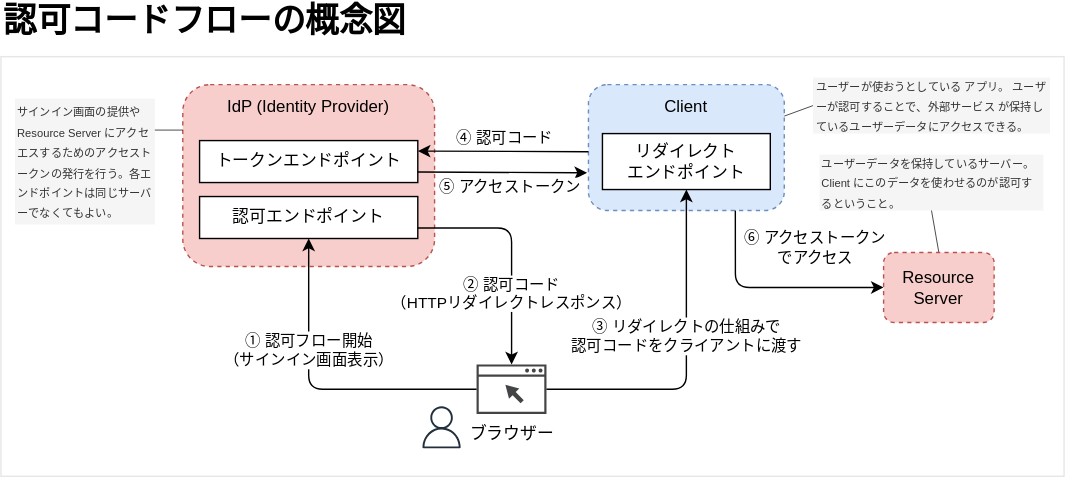
Earlier version of the draw.io export content/tech/oauth-oidc/img-001.drawio.svg (maku77/maku.blog). Source tidied: cells renumbered, new cells last; positions are measured from the earlier drawing's top-left corner, leaving out a move shared by most shapes. Its diagram source:
```xml
<mxGraphModel>
  <root>
    <mxCell id="0" />
    <mxCell id="1" parent="0" />
    <mxCell id="2" style="rounded=0;whiteSpace=wrap;html=1;strokeColor=#E6E6E6;" parent="1" vertex="1">
      <mxGeometry y="40" width="760" height="300" as="geometry" />
    </mxCell>
    <mxCell id="3" value="ブラウザー" style="sketch=0;shadow=0;dashed=0;html=1;strokeColor=none;fillColor=#434445;labelPosition=center;verticalLabelPosition=bottom;verticalAlign=top;align=center;outlineConnect=0;shape=mxgraph.vvd.web_browser;" parent="1" vertex="1">
      <mxGeometry x="340" y="260" width="50" height="35.5" as="geometry" />
    </mxCell>
    <mxCell id="4" value="IdP (Identity Provider)" style="rounded=1;whiteSpace=wrap;html=1;dashed=1;verticalAlign=top;fillColor=#f8cecc;strokeColor=#b85450;spacingTop=2;" parent="1" vertex="1">
      <mxGeometry x="130" y="60" width="180" height="130" as="geometry" />
    </mxCell>
    <mxCell id="5" value="Client" style="rounded=1;whiteSpace=wrap;html=1;dashed=1;verticalAlign=top;fillColor=#dae8fc;strokeColor=#6c8ebf;spacingTop=2;" parent="1" vertex="1">
      <mxGeometry x="420" y="60" width="140" height="90" as="geometry" />
    </mxCell>
    <mxCell id="6" style="sketch=0;fontColor=#232F3E;gradientColor=none;fillColor=#232F3D;strokeColor=none;dashed=0;verticalLabelPosition=bottom;verticalAlign=top;align=center;html=1;fontSize=12;fontStyle=0;shape=mxgraph.aws4.user;" parent="1" vertex="1">
      <mxGeometry x="300" y="290" width="30" height="30" as="geometry" />
    </mxCell>
    <mxCell id="7" value="リダイレクト&lt;div&gt;エンドポイント&lt;/div&gt;" style="rounded=0;whiteSpace=wrap;html=1;" parent="1" vertex="1">
      <mxGeometry x="430" y="95" width="120" height="40" as="geometry" />
    </mxCell>
    <mxCell id="8" value="認可エンドポイント" style="rounded=0;whiteSpace=wrap;html=1;" parent="1" vertex="1">
      <mxGeometry x="142" y="140" width="156" height="30" as="geometry" />
    </mxCell>
    <mxCell id="9" value="トークンエンドポイント" style="rounded=0;whiteSpace=wrap;html=1;" parent="1" vertex="1">
      <mxGeometry x="142" y="100" width="156" height="30" as="geometry" />
    </mxCell>
    <mxCell id="10" style="endArrow=classic;html=1;entryX=1;entryY=0.25;entryDx=0;entryDy=0;exitX=0;exitY=0.533;exitDx=0;exitDy=0;exitPerimeter=0;" parent="1" edge="1" source="5" target="9">
      <mxGeometry relative="1" as="geometry" />
    </mxCell>
    <mxCell id="11" value="④ 認可コード" style="edgeLabel;html=1;align=center;verticalAlign=middle;" parent="10" vertex="1">
      <mxGeometry x="-0.17" y="-2" relative="1" as="geometry">
        <mxPoint x="-10" y="-8" as="offset" />
      </mxGeometry>
    </mxCell>
    <mxCell id="12" value="① 認可フロー開始&lt;br&gt;（サインイン画面表示）" style="edgeStyle=orthogonalEdgeStyle;html=1;entryX=0.5;entryY=1;entryDx=0;entryDy=0;" parent="1" edge="1" source="3" target="8">
      <mxGeometry x="0.3" relative="1" as="geometry" />
    </mxCell>
    <mxCell id="13" value="② 認可コード&lt;div&gt;（HTTPリダイレクトレスポンス）&lt;/div&gt;" style="edgeStyle=orthogonalEdgeStyle;html=1;exitX=1;exitY=0.75;exitDx=0;exitDy=0;fillColor=none;labelBackgroundColor=default;verticalAlign=top;" parent="1" edge="1" source="8" target="3">
      <mxGeometry x="0.15" relative="1" as="geometry" />
    </mxCell>
    <mxCell id="14" value="認可コードフローの概念図" style="text;html=1;align=left;verticalAlign=middle;whiteSpace=wrap;rounded=0;labelBackgroundColor=none;fontStyle=1;fontSize=24;" parent="1" vertex="1">
      <mxGeometry width="330" height="30" as="geometry" />
    </mxCell>
    <mxCell id="15" value="③ リダイレクトの仕組みで&lt;br&gt;認可コードをクライアントに渡す" style="edgeStyle=orthogonalEdgeStyle;html=1;entryX=0.5;entryY=1;entryDx=0;entryDy=0;" parent="1" edge="1" source="3" target="7">
      <mxGeometry x="0.13" relative="1" as="geometry" />
    </mxCell>
    <mxCell id="16" style="endArrow=classic;html=1;exitX=1;exitY=0.75;exitDx=0;exitDy=0;" parent="1" edge="1" source="9">
      <mxGeometry relative="1" as="geometry">
        <mxPoint x="419" y="123" as="targetPoint" />
      </mxGeometry>
    </mxCell>
    <mxCell id="17" value="⑤ アクセストークン" style="edgeLabel;html=1;align=center;verticalAlign=middle;" parent="16" vertex="1">
      <mxGeometry x="-0.17" y="-2" relative="1" as="geometry">
        <mxPoint x="15" y="8" as="offset" />
      </mxGeometry>
    </mxCell>
    <mxCell id="18" style="endArrow=classic;html=1;exitX=0.75;exitY=1;exitDx=0;exitDy=0;edgeStyle=orthogonalEdgeStyle;entryX=0;entryY=0.5;entryDx=0;entryDy=0;" parent="1" edge="1" source="5" target="26">
      <mxGeometry relative="1" as="geometry" />
    </mxCell>
    <mxCell id="19" value="⑥ アクセストークン&lt;div&gt;でアクセス&lt;/div&gt;" style="edgeLabel;html=1;align=center;verticalAlign=middle;" parent="18" vertex="1">
      <mxGeometry x="-0.17" y="-2" relative="1" as="geometry">
        <mxPoint x="45" y="-30" as="offset" />
      </mxGeometry>
    </mxCell>
    <mxCell id="20" value="&lt;span style=&quot;font-size: 8px;&quot;&gt;サインイン画面の提供や&lt;/span&gt;&lt;div&gt;&lt;span style=&quot;font-size: 8px;&quot;&gt;Resource Server にアクセエスするためのアクセストークンの発行を行う。各エンドポイントは同じサーバーでなくてもよい。&lt;/span&gt;&lt;/div&gt;" style="text;html=1;align=left;verticalAlign=middle;whiteSpace=wrap;rounded=0;fillColor=#f5f5f5;fontColor=#333333;strokeColor=none;" parent="1" vertex="1">
      <mxGeometry x="10" y="70" width="100" height="90" as="geometry" />
    </mxCell>
    <mxCell id="21" style="endArrow=none;html=1;entryX=0;entryY=0.25;entryDx=0;entryDy=0;exitX=1;exitY=0.25;exitDx=0;exitDy=0;strokeWidth=0.5;" parent="1" edge="1" source="20" target="4">
      <mxGeometry relative="1" as="geometry" />
    </mxCell>
    <mxCell id="22" value="&lt;span style=&quot;font-size: 8px;&quot;&gt;ユーザーが使おうとしている&lt;/span&gt;&lt;span style=&quot;color: rgb(63, 63, 63); font-size: 8px; background-color: transparent;&quot;&gt;アプリ。&lt;/span&gt;&lt;span style=&quot;background-color: transparent; font-size: 8px;&quot;&gt;ユーザーが認可することで、外部サービス&lt;/span&gt;&lt;span style=&quot;background-color: transparent; font-size: 8px;&quot;&gt;が保持しているユーザーデータにアクセスできる。&lt;/span&gt;" style="text;html=1;align=left;verticalAlign=middle;whiteSpace=wrap;rounded=0;fillColor=#f5f5f5;fontColor=#333333;strokeColor=none;" parent="1" vertex="1">
      <mxGeometry x="580.5" y="55" width="169.5" height="40" as="geometry" />
    </mxCell>
    <mxCell id="23" style="endArrow=none;html=1;entryX=1;entryY=0.25;entryDx=0;entryDy=0;exitX=0;exitY=0.5;exitDx=0;exitDy=0;strokeWidth=0.5;" parent="1" edge="1" source="22" target="5">
      <mxGeometry relative="1" as="geometry" />
    </mxCell>
    <mxCell id="24" value="&lt;span style=&quot;font-size: 8px;&quot;&gt;ユーザーデータを保持しているサーバー。Client にこのデータを使わせるのが認可するということ。&lt;/span&gt;" style="text;html=1;align=left;verticalAlign=middle;whiteSpace=wrap;rounded=0;spacingBottom=0;fillColor=#f5f5f5;fontColor=#333333;strokeColor=none;" parent="1" vertex="1">
      <mxGeometry x="585.2" y="110" width="160" height="40" as="geometry" />
    </mxCell>
    <mxCell id="25" style="endArrow=none;html=1;entryX=0.5;entryY=0;entryDx=0;entryDy=0;exitX=0.5;exitY=1;exitDx=0;exitDy=0;strokeWidth=0.5;" parent="1" edge="1" source="24" target="26">
      <mxGeometry relative="1" as="geometry" />
    </mxCell>
    <mxCell id="26" value="Resource&lt;div&gt;Server&lt;/div&gt;" style="rounded=1;whiteSpace=wrap;html=1;dashed=1;verticalAlign=middle;fillColor=#f8cecc;strokeColor=#b85450;" parent="1" vertex="1">
      <mxGeometry x="631" y="180" width="79" height="50" as="geometry" />
    </mxCell>
  </root>
</mxGraphModel>
```
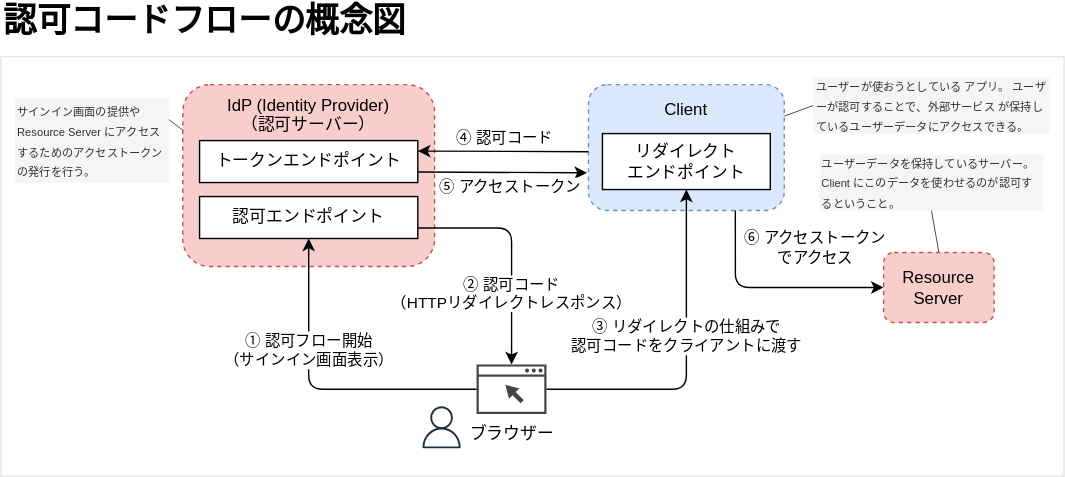
The same file after the commit.

Change to the diagram source:
```diff
@@ -8,10 +8,10 @@
     <mxCell id="3" value="ブラウザー" style="sketch=0;shadow=0;dashed=0;html=1;strokeColor=none;fillColor=#434445;labelPosition=center;verticalLabelPosition=bottom;verticalAlign=top;align=center;outlineConnect=0;shape=mxgraph.vvd.web_browser;" parent="1" vertex="1">
       <mxGeometry x="340" y="260" width="50" height="35.5" as="geometry" />
     </mxCell>
-    <mxCell id="4" value="IdP (Identity Provider)" style="rounded=1;whiteSpace=wrap;html=1;dashed=1;verticalAlign=top;fillColor=#f8cecc;strokeColor=#b85450;spacingTop=2;" parent="1" vertex="1">
+    <mxCell id="4" value="IdP (Identity Provider)&lt;br&gt;（認可サーバー）" style="rounded=1;whiteSpace=wrap;html=1;dashed=1;verticalAlign=top;fillColor=#f8cecc;strokeColor=#b85450;spacingTop=1;" parent="1" vertex="1">
       <mxGeometry x="130" y="60" width="180" height="130" as="geometry" />
     </mxCell>
-    <mxCell id="5" value="Client" style="rounded=1;whiteSpace=wrap;html=1;dashed=1;verticalAlign=top;fillColor=#dae8fc;strokeColor=#6c8ebf;spacingTop=2;" parent="1" vertex="1">
+    <mxCell id="5" value="Client" style="rounded=1;whiteSpace=wrap;html=1;dashed=1;verticalAlign=top;fillColor=#dae8fc;strokeColor=#6c8ebf;spacingTop=4;" parent="1" vertex="1">
       <mxGeometry x="420" y="60" width="140" height="90" as="geometry" />
     </mxCell>
     <mxCell id="6" style="sketch=0;fontColor=#232F3E;gradientColor=none;fillColor=#232F3D;strokeColor=none;dashed=0;verticalLabelPosition=bottom;verticalAlign=top;align=center;html=1;fontSize=12;fontStyle=0;shape=mxgraph.aws4.user;" parent="1" vertex="1">
@@ -64,8 +64,8 @@
         <mxPoint x="45" y="-30" as="offset" />
       </mxGeometry>
     </mxCell>
-    <mxCell id="20" value="&lt;span style=&quot;font-size: 8px;&quot;&gt;サインイン画面の提供や&lt;/span&gt;&lt;div&gt;&lt;span style=&quot;font-size: 8px;&quot;&gt;Resource Server にアクセエスするためのアクセストークンの発行を行う。各エンドポイントは同じサーバーでなくてもよい。&lt;/span&gt;&lt;/div&gt;" style="text;html=1;align=left;verticalAlign=middle;whiteSpace=wrap;rounded=0;fillColor=#f5f5f5;fontColor=#333333;strokeColor=none;" parent="1" vertex="1">
-      <mxGeometry x="10" y="70" width="100" height="90" as="geometry" />
+    <mxCell id="20" value="&lt;span style=&quot;font-size: 8px;&quot;&gt;サインイン画面の提供や&lt;/span&gt;&lt;div&gt;&lt;span style=&quot;font-size: 8px;&quot;&gt;Resource Server にアクセスするためのアクセストークンの発行を行う。&lt;/span&gt;&lt;/div&gt;" style="text;html=1;align=left;verticalAlign=middle;whiteSpace=wrap;rounded=0;fillColor=#f5f5f5;fontColor=#333333;strokeColor=none;" parent="1" vertex="1">
+      <mxGeometry x="10" y="70" width="110" height="60" as="geometry" />
     </mxCell>
     <mxCell id="21" style="endArrow=none;html=1;entryX=0;entryY=0.25;entryDx=0;entryDy=0;exitX=1;exitY=0.25;exitDx=0;exitDy=0;strokeWidth=0.5;" parent="1" edge="1" source="20" target="4">
       <mxGeometry relative="1" as="geometry" />
```
